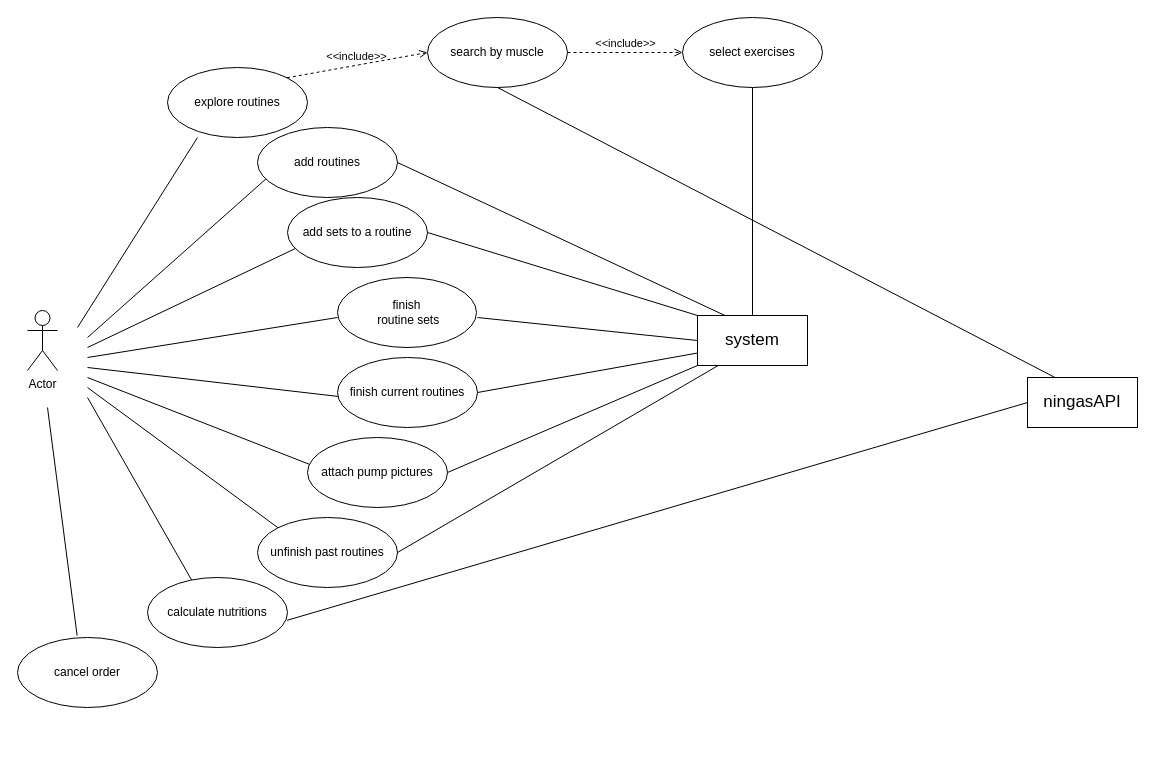
Ebrahim-Ramadan/myfitrainer-app keeps this draw.io diagram as public/use case diagram.drawio. Above is the earlier version. Source tidied: cells renumbered, new cells numbered last; positions are measured from the earlier drawing's top-left corner, leaving out a move shared by most shapes. Both pictures are drawn from the tidied source at 100%, with x=0, y=0 at pixel (17, 17).
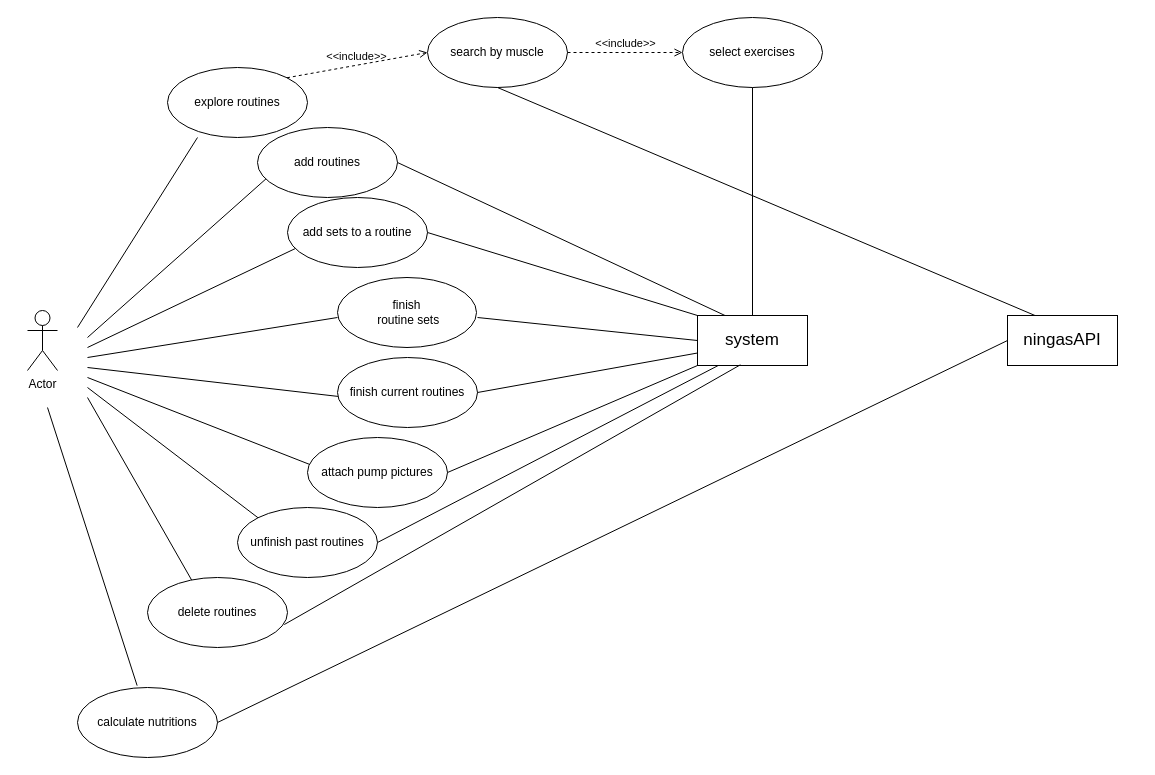
The same page after the edit.

Unchanged cells that the change refers to:
```xml
<mxCell id="21" value="&lt;font style=&quot;font-size: 17px;&quot;&gt;system&lt;/font&gt;" style="html=1;whiteSpace=wrap;" parent="1" vertex="1">
  <mxGeometry x="680" y="298" width="110" height="50" as="geometry" />
</mxCell>
```

Diff of the diagram source:
```diff
@@
     <mxCell id="17" value="unfinish past routines" style="ellipse;whiteSpace=wrap;html=1;" parent="1" vertex="1">
-      <mxGeometry x="240" y="500" width="140" height="70" as="geometry" />
+      <mxGeometry x="220" y="490" width="140" height="70" as="geometry" />
     </mxCell>
-    <mxCell id="18" value="calculate nutritions" style="ellipse;whiteSpace=wrap;html=1;" parent="1" vertex="1">
+    <mxCell id="18" value="delete routines" style="ellipse;whiteSpace=wrap;html=1;" parent="1" vertex="1">
       <mxGeometry x="130" y="560" width="140" height="70" as="geometry" />
     </mxCell>
@@
-    <mxCell id="20" value="cancel order" style="ellipse;whiteSpace=wrap;html=1;" parent="1" vertex="1">
-      <mxGeometry y="620" width="140" height="70" as="geometry" />
+    <mxCell id="20" value="calculate nutritions" style="ellipse;whiteSpace=wrap;html=1;" parent="1" vertex="1">
+      <mxGeometry x="60" y="670" width="140" height="70" as="geometry" />
     </mxCell>
@@
     <mxCell id="31" value="&lt;font style=&quot;font-size: 17px;&quot;&gt;ningasAPI&lt;/font&gt;" style="html=1;whiteSpace=wrap;" parent="1" vertex="1">
-      <mxGeometry x="1010" y="360" width="110" height="50" as="geometry" />
+      <mxGeometry x="990" y="298" width="110" height="50" as="geometry" />
     </mxCell>
-    <mxCell id="32" style="endArrow=none;html=1;rounded=0;entryX=0;entryY=0.5;entryDx=0;entryDy=0;exitX=0.997;exitY=0.612;exitDx=0;exitDy=0;exitPerimeter=0;" parent="1" edge="1" source="18" target="31">
+    <mxCell id="32" style="endArrow=none;html=1;rounded=0;entryX=0;entryY=0.5;entryDx=0;entryDy=0;exitX=1;exitY=0.5;exitDx=0;exitDy=0;" parent="1" edge="1" source="20" target="31">
       <mxGeometry relative="1" as="geometry" />
     </mxCell>
@@
+    <mxCell id="36" style="endArrow=none;html=1;rounded=0;entryX=0.39;entryY=0.986;entryDx=0;entryDy=0;exitX=0.977;exitY=0.672;exitDx=0;exitDy=0;entryPerimeter=0;exitPerimeter=0;" parent="1" edge="1" source="18" target="21">
+      <mxGeometry relative="1" as="geometry" />
+    </mxCell>
```
